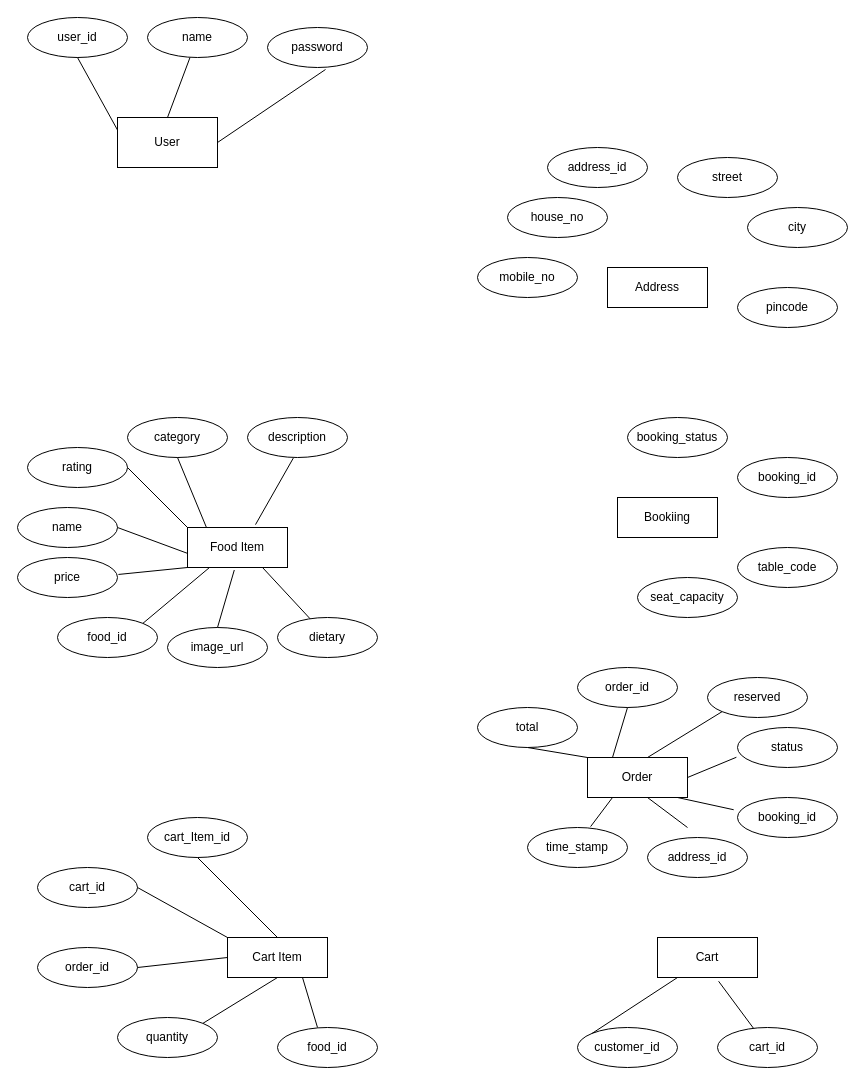
NiranjRajesh/RestaurantManagement keeps this draw.io diagram as erDiagram.drawio. Above is the earlier version. Source tidied: cells renumbered, new cells numbered last; positions are measured from the earlier drawing's top-left corner, leaving out a move shared by most shapes. Both pictures are drawn from the tidied source at 100%, with x=0, y=0 at pixel (17, 17).
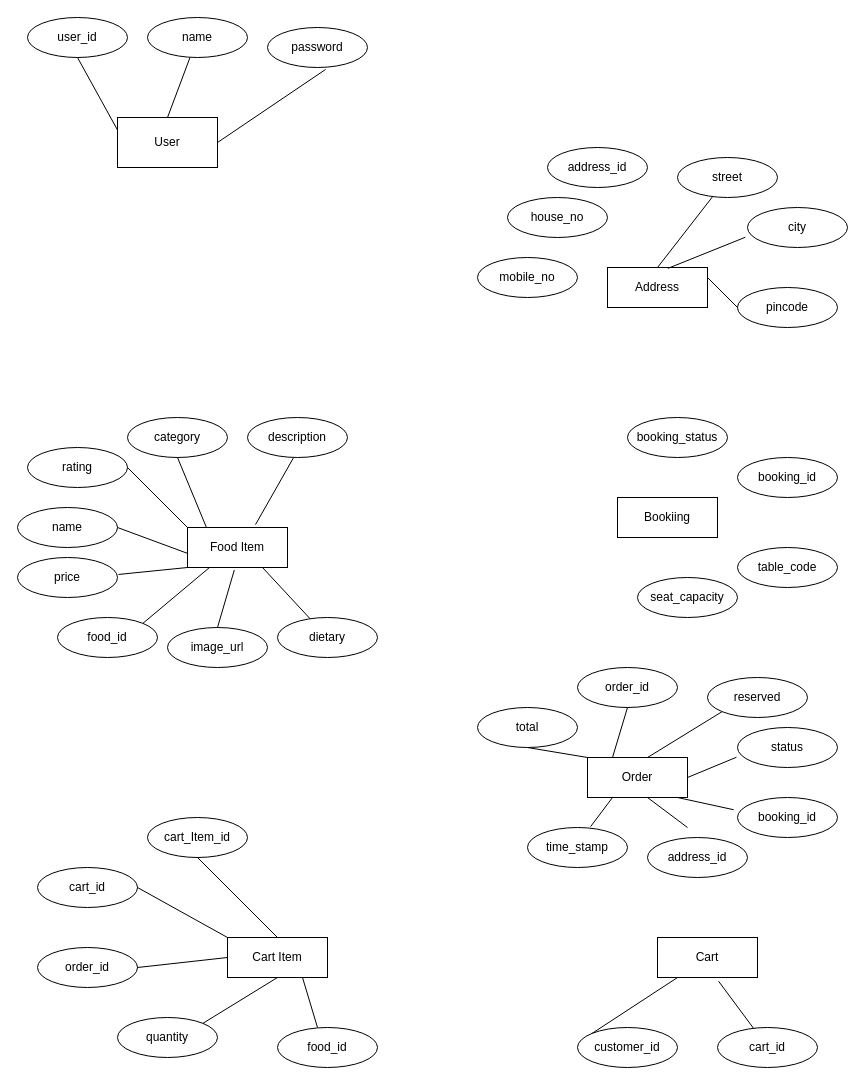
Above is the later version.

The change refers to these unchanged cells:
```xml
<mxCell id="37" value="Address" style="whiteSpace=wrap;html=1;align=center;" parent="1" vertex="1">
  <mxGeometry x="590" y="250" width="100" height="40" as="geometry" />
</mxCell>
<mxCell id="45" value="city" style="ellipse;whiteSpace=wrap;html=1;align=center;" parent="1" vertex="1">
  <mxGeometry x="730" y="190" width="100" height="40" as="geometry" />
</mxCell>
<mxCell id="46" value="street" style="ellipse;whiteSpace=wrap;html=1;align=center;" parent="1" vertex="1">
  <mxGeometry x="660" y="140" width="100" height="40" as="geometry" />
</mxCell>
<mxCell id="49" value="pincode" style="ellipse;whiteSpace=wrap;html=1;align=center;" parent="1" vertex="1">
  <mxGeometry x="720" y="270" width="100" height="40" as="geometry" />
</mxCell>
```

Diff of the diagram source:
```diff
@@
+    <mxCell id="70" style="endArrow=none;html=1;rounded=0;exitX=-0.022;exitY=0.744;exitDx=0;exitDy=0;exitPerimeter=0;entryX=0.604;entryY=0.022;entryDx=0;entryDy=0;entryPerimeter=0;" parent="1" edge="1" source="45" target="37">
+      <mxGeometry relative="1" as="geometry" />
+    </mxCell>
+    <mxCell id="71" style="endArrow=none;html=1;rounded=0;entryX=0.5;entryY=0;entryDx=0;entryDy=0;" parent="1" edge="1" source="46" target="37">
+      <mxGeometry relative="1" as="geometry" />
+    </mxCell>
+    <mxCell id="72" style="endArrow=none;html=1;rounded=0;exitX=0;exitY=0.5;exitDx=0;exitDy=0;entryX=1;entryY=0.25;entryDx=0;entryDy=0;" parent="1" edge="1" source="49" target="37">
+      <mxGeometry relative="1" as="geometry" />
+    </mxCell>
```
